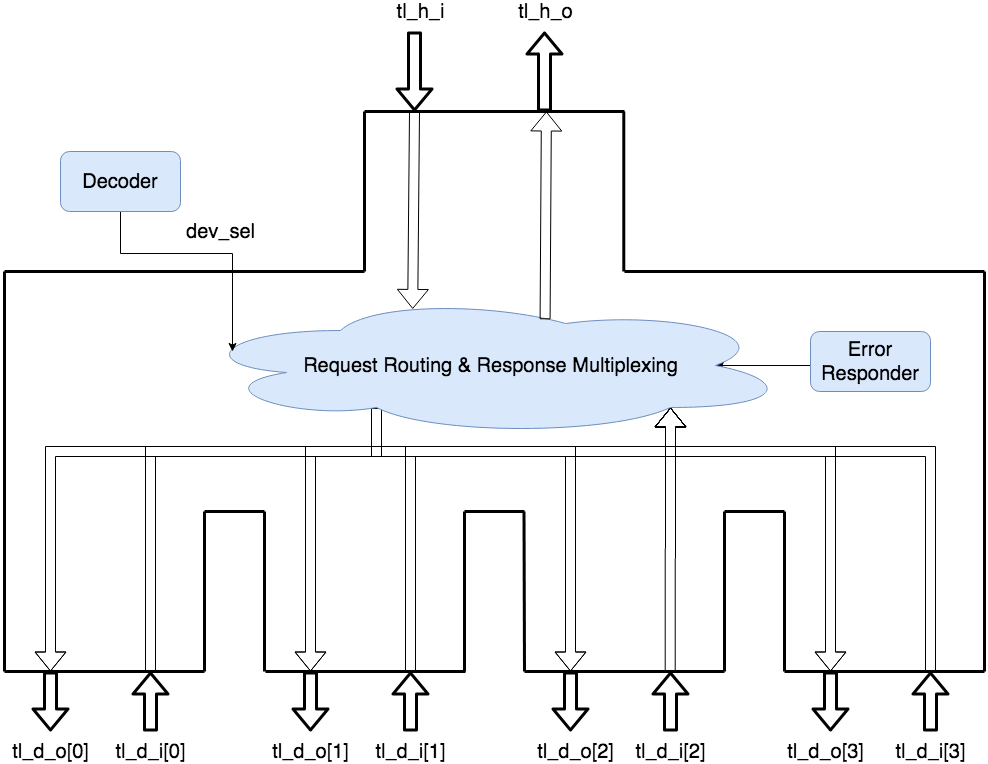
The draw.io diagram docs/assets/tilelink1:N.png in merledu/TileLink, before a commit. Source tidied: cells renumbered, new cells last; positions are measured from the earlier drawing's top-left corner, leaving out a move shared by most shapes.
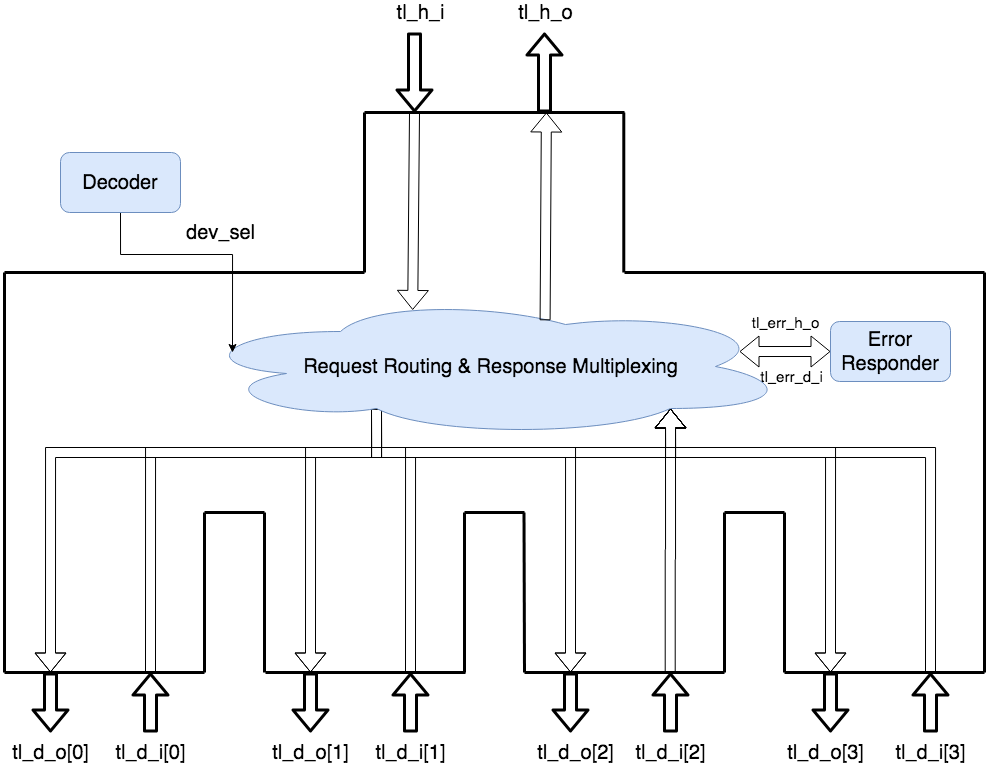
After the change.

What changed in the source:
```diff
@@ -88,9 +88,6 @@
         </Array>
       </mxGeometry>
     </mxCell>
-    <mxCell id="14" style="edgeStyle=orthogonalEdgeStyle;rounded=0;jettySize=auto;html=1;exitX=0;exitY=0.567;exitDx=0;exitDy=0;entryX=0.875;entryY=0.5;entryDx=0;entryDy=0;strokeWidth=1;entryPerimeter=0;exitPerimeter=0;" parent="1" edge="1" source="37" target="15">
-      <mxGeometry relative="1" as="geometry" />
-    </mxCell>
     <mxCell id="15" style="ellipse;shape=cloud;whiteSpace=wrap;html=1;fillColor=#dae8fc;strokeColor=#6c8ebf;" parent="1" vertex="1">
       <mxGeometry x="190" y="294" width="600" height="140" as="geometry" />
     </mxCell>
@@ -186,8 +183,11 @@
     <mxCell id="36" value="&lt;font style=&quot;font-size: 20px&quot;&gt;Decoder&lt;/font&gt;" style="rounded=1;whiteSpace=wrap;html=1;fillColor=#dae8fc;strokeColor=#6c8ebf;" parent="1" vertex="1">
       <mxGeometry x="60" y="150" width="120" height="60" as="geometry" />
     </mxCell>
+    <mxCell id="59" style="edgeStyle=orthogonalEdgeStyle;rounded=0;jettySize=auto;html=1;exitX=0.915;exitY=0.393;exitDx=0;exitDy=0;entryX=0;entryY=0.5;entryDx=0;entryDy=0;shape=flexArrow;exitPerimeter=0;startArrow=block;" parent="1" edge="1" source="15" target="37">
+      <mxGeometry relative="1" as="geometry" />
+    </mxCell>
     <mxCell id="37" value="&lt;font style=&quot;font-size: 20px&quot;&gt;Error&lt;br&gt;Responder&lt;br&gt;&lt;/font&gt;" style="rounded=1;whiteSpace=wrap;html=1;fillColor=#dae8fc;strokeColor=#6c8ebf;" parent="1" vertex="1">
-      <mxGeometry x="810" y="330" width="120" height="60" as="geometry" />
+      <mxGeometry x="830" y="319" width="120" height="60" as="geometry" />
     </mxCell>
     <mxCell id="38" style="endArrow=none;html=1;strokeWidth=3;" parent="1" edge="1">
       <mxGeometry relative="1" as="geometry">
@@ -312,5 +312,11 @@
     <mxCell id="58" value="&lt;font style=&quot;font-size: 20px&quot;&gt;dev_sel&lt;/font&gt;" style="text;html=1;align=center;verticalAlign=middle;" parent="1" vertex="1">
       <mxGeometry x="180" y="220" width="80" height="20" as="geometry" />
     </mxCell>
+    <mxCell id="60" value="&lt;font style=&quot;font-size: 15px&quot;&gt;tl_err_h_o&lt;/font&gt;" style="text;html=1;align=center;verticalAlign=middle;" parent="1" vertex="1">
+      <mxGeometry x="745" y="310" width="80" height="20" as="geometry" />
+    </mxCell>
+    <mxCell id="61" value="&lt;font style=&quot;font-size: 15px&quot;&gt;tl_err_d_i&lt;/font&gt;" style="text;html=1;align=center;verticalAlign=middle;" parent="1" vertex="1">
+      <mxGeometry x="751" y="364" width="80" height="20" as="geometry" />
+    </mxCell>
   </root>
 </mxGraphModel>
```
